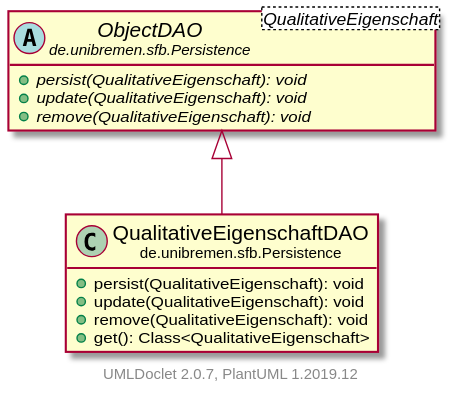
The PlantUML diagram doc/UML/modulsichtSVG/QualitativeEigenschaftDAO.svg in fkehlenb/softwareprojekt-2, before a commit. Its diagram source:
```plantuml
@startuml
    set namespaceSeparator none
    hide empty fields
    hide empty methods

    class "<size:14>QualitativeEigenschaftDAO\n<size:10>de.unibremen.sfb.Persistence" as de.unibremen.sfb.Persistence.QualitativeEigenschaftDAO [[QualitativeEigenschaftDAO.html]] {
        +persist(QualitativeEigenschaft): void
        +update(QualitativeEigenschaft): void
        +remove(QualitativeEigenschaft): void
        +get(): Class<QualitativeEigenschaft>
    }

    abstract class "<size:14>ObjectDAO\n<size:10>de.unibremen.sfb.Persistence" as de.unibremen.sfb.Persistence.ObjectDAO<QualitativeEigenschaft> [[ObjectDAO.html]] {
        {abstract} +persist(QualitativeEigenschaft): void
        {abstract} +update(QualitativeEigenschaft): void
        {abstract} +remove(QualitativeEigenschaft): void
    }

    de.unibremen.sfb.Persistence.ObjectDAO <|-- de.unibremen.sfb.Persistence.QualitativeEigenschaftDAO

    center footer UMLDoclet 2.0.7, PlantUML 1.2019.12
@enduml
```
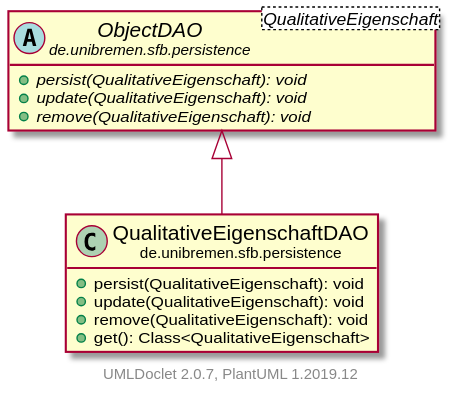
The same diagram one commit later.

The edit, as a diff of the source:
```diff
@@ -3,20 +3,20 @@
     hide empty fields
     hide empty methods
 
-    class "<size:14>QualitativeEigenschaftDAO\n<size:10>de.unibremen.sfb.Persistence" as de.unibremen.sfb.Persistence.QualitativeEigenschaftDAO [[QualitativeEigenschaftDAO.html]] {
+    class "<size:14>QualitativeEigenschaftDAO\n<size:10>de.unibremen.sfb.persistence" as de.unibremen.sfb.persistence.QualitativeEigenschaftDAO [[QualitativeEigenschaftDAO.html]] {
         +persist(QualitativeEigenschaft): void
         +update(QualitativeEigenschaft): void
         +remove(QualitativeEigenschaft): void
         +get(): Class<QualitativeEigenschaft>
     }
 
-    abstract class "<size:14>ObjectDAO\n<size:10>de.unibremen.sfb.Persistence" as de.unibremen.sfb.Persistence.ObjectDAO<QualitativeEigenschaft> [[ObjectDAO.html]] {
+    abstract class "<size:14>ObjectDAO\n<size:10>de.unibremen.sfb.persistence" as de.unibremen.sfb.persistence.ObjectDAO<QualitativeEigenschaft> [[ObjectDAO.html]] {
         {abstract} +persist(QualitativeEigenschaft): void
         {abstract} +update(QualitativeEigenschaft): void
         {abstract} +remove(QualitativeEigenschaft): void
     }
 
-    de.unibremen.sfb.Persistence.ObjectDAO <|-- de.unibremen.sfb.Persistence.QualitativeEigenschaftDAO
+    de.unibremen.sfb.persistence.ObjectDAO <|-- de.unibremen.sfb.persistence.QualitativeEigenschaftDAO
 
     center footer UMLDoclet 2.0.7, PlantUML 1.2019.12
 @enduml
```
